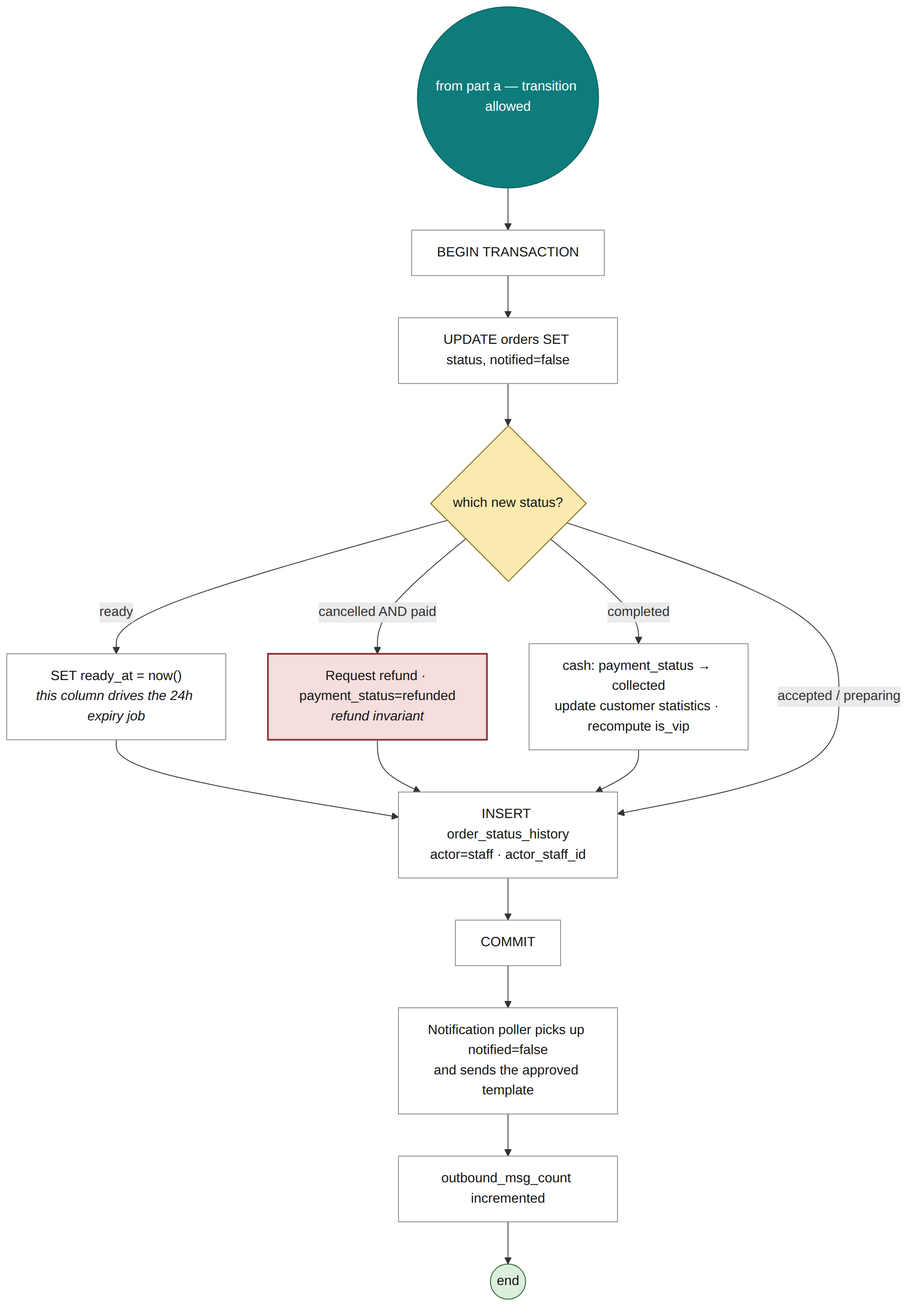
The Mermaid diagram docs/diagrams/10b-activity-status-apply.png in mozz-labs/sufria, before a commit. Its source is kept beside it as docs/diagrams/10b-activity-status-apply.mmd. Its diagram source:
```mermaid
flowchart TB
    classDef start fill:#0E7C7B,stroke:#0A5F5E,color:#FFFFFF
    classDef act fill:#FFFFFF,stroke:#8A8A85,color:#161615
    classDef dec fill:#FBEAB0,stroke:#7A5C06,color:#161615
    classDef crit fill:#F5DEDD,stroke:#8A332F,stroke-width:2px,color:#161615
    classDef fin fill:#DCEEDC,stroke:#24632F,color:#161615
    classDef defer fill:#F2F2F0,stroke:#8A8A85,stroke-width:1px,stroke-dasharray:5 3,color:#5A5A57

    S(("from part a — transition allowed")):::start --> A6["3 · runInTenant: BEGIN ·<br/>set_config(app.current_restaurant_id, ..., true)"]:::crit
    A6 --> A7["One compare-and-swap UPDATE:<br/>SET status = to, notified = false<br/>+ ready_at on ready · collected on a completed cash order<br/>· cancelled_by and reason on cancel<br/>WHERE id AND status = from<br/>AND, for accepted or completed: cash OR paid"]:::crit
    A7 --> D4{"rowcount = 1?"}:::dec
    D4 -- no --> A8["Re-read the order in the same transaction"]:::act
    A8 --> E8["404 · not found<br/>409 · status_conflict, with the current status<br/>409 · payment_not_settled"]:::act --> F1(("end")):::fin
    D4 -- yes --> A9["INSERT order_status_history<br/>actor = staff · actor_staff_id · reason"]:::act
    A9 --> A10["COMMIT · 200 with the updated order"]:::act
    A10 --> A11["Within 5 s the notifier claims notified = false,<br/>then sends the text for accepted, ready or cancelled<br/>· preparing and completed are silent"]:::act
    A11 --> F2(("end")):::fin
    A10 -.- N1["Not built: refund on a paid cancellation<br/>(online payment deferred) · customer<br/>statistics on completed (FR-14)"]:::defer
```
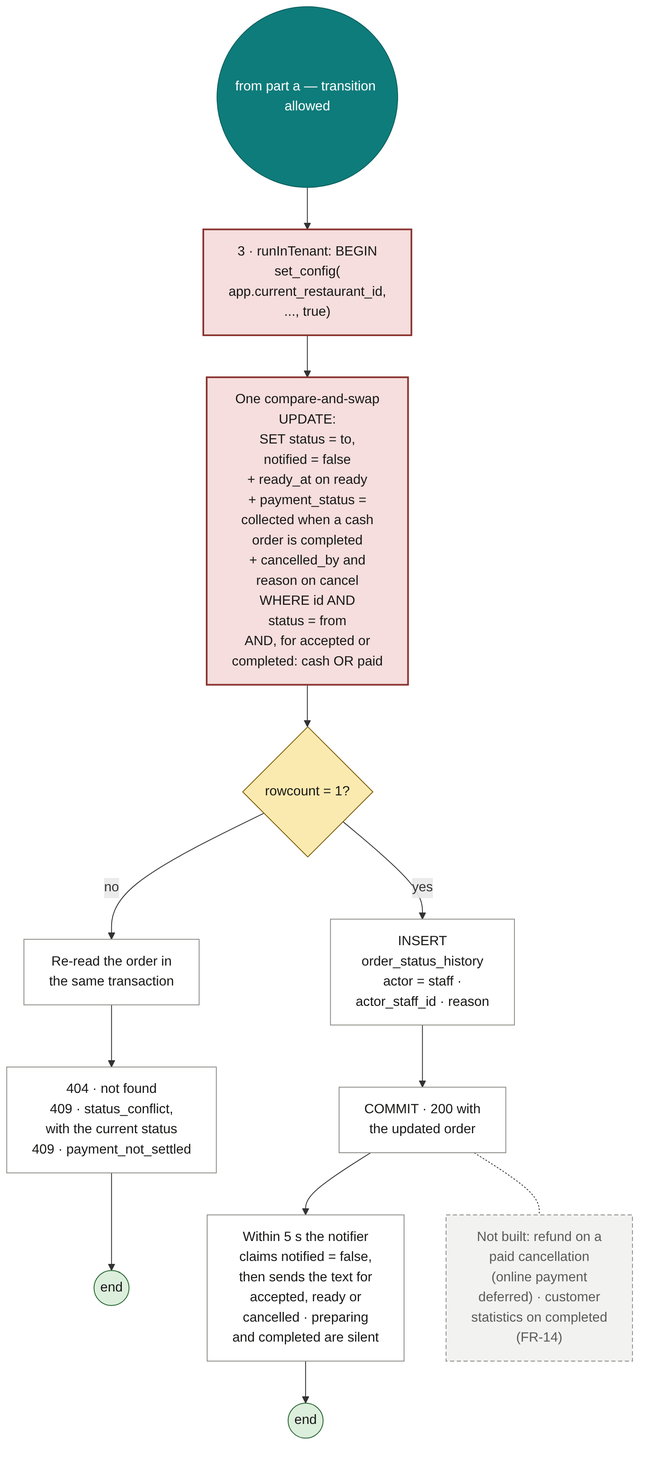
Above is the later version.

What changed in the source:
```diff
@@ -6,13 +6,13 @@
     classDef fin fill:#DCEEDC,stroke:#24632F,color:#161615
     classDef defer fill:#F2F2F0,stroke:#8A8A85,stroke-width:1px,stroke-dasharray:5 3,color:#5A5A57
 
-    S(("from part a — transition allowed")):::start --> A6["3 · runInTenant: BEGIN ·<br/>set_config(app.current_restaurant_id, ..., true)"]:::crit
-    A6 --> A7["One compare-and-swap UPDATE:<br/>SET status = to, notified = false<br/>+ ready_at on ready · collected on a completed cash order<br/>· cancelled_by and reason on cancel<br/>WHERE id AND status = from<br/>AND, for accepted or completed: cash OR paid"]:::crit
+    S(("from part a — transition allowed")):::start --> A6["3 · runInTenant: BEGIN<br/>set_config(<br/>app.current_restaurant_id,<br/>..., true)"]:::crit
+    A6 --> A7["One compare-and-swap<br/>UPDATE:<br/>SET status = to,<br/>notified = false<br/>+ ready_at on ready<br/>+ payment_status =<br/>collected when a cash<br/>order is completed<br/>+ cancelled_by and<br/>reason on cancel<br/>WHERE id AND<br/>status = from<br/>AND, for accepted or<br/>completed: cash OR paid"]:::crit
     A7 --> D4{"rowcount = 1?"}:::dec
-    D4 -- no --> A8["Re-read the order in the same transaction"]:::act
-    A8 --> E8["404 · not found<br/>409 · status_conflict, with the current status<br/>409 · payment_not_settled"]:::act --> F1(("end")):::fin
-    D4 -- yes --> A9["INSERT order_status_history<br/>actor = staff · actor_staff_id · reason"]:::act
-    A9 --> A10["COMMIT · 200 with the updated order"]:::act
-    A10 --> A11["Within 5 s the notifier claims notified = false,<br/>then sends the text for accepted, ready or cancelled<br/>· preparing and completed are silent"]:::act
+    D4 -- no --> A8["Re-read the order in<br/>the same transaction"]:::act
+    A8 --> E8["404 · not found<br/>409 · status_conflict,<br/>with the current status<br/>409 · payment_not_settled"]:::act --> F1(("end")):::fin
+    D4 -- yes --> A9["INSERT<br/>order_status_history<br/>actor = staff ·<br/>actor_staff_id · reason"]:::act
+    A9 --> A10["COMMIT · 200 with<br/>the updated order"]:::act
+    A10 --> A11["Within 5 s the notifier<br/>claims notified = false,<br/>then sends the text for<br/>accepted, ready or<br/>cancelled · preparing<br/>and completed are silent"]:::act
     A11 --> F2(("end")):::fin
-    A10 -.- N1["Not built: refund on a paid cancellation<br/>(online payment deferred) · customer<br/>statistics on completed (FR-14)"]:::defer
+    A10 -.- N1["Not built: refund on a<br/>paid cancellation<br/>(online payment<br/>deferred) · customer<br/>statistics on completed<br/>(FR-14)"]:::defer
```
